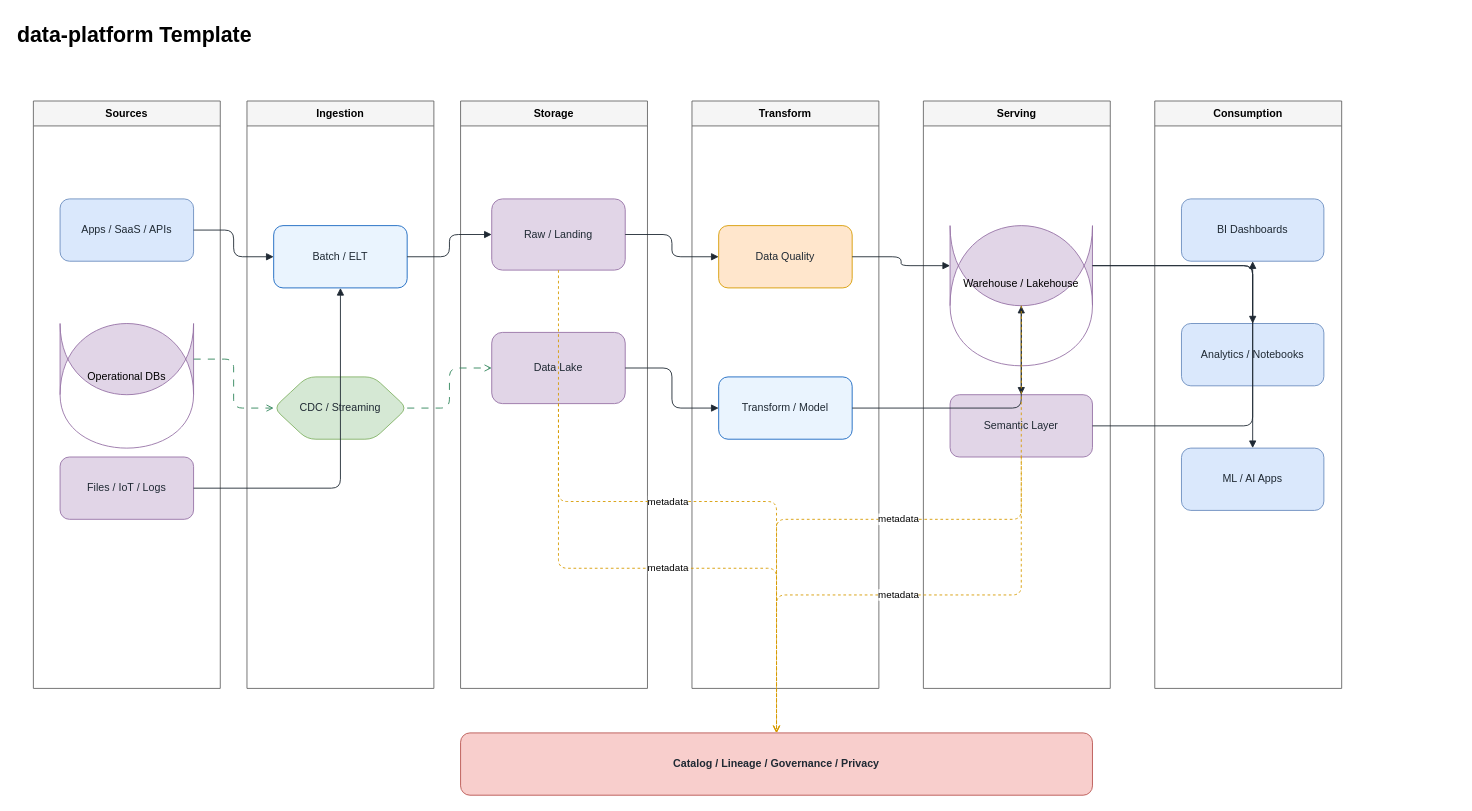
Earlier version of the draw.io diagram examples/software-infra-analytics/data-platform.drawio (fjgonzalezmgt/drawingskills). Source tidied: cells renumbered, new cells numbered last; positions are measured from the earlier drawing's top-left corner, leaving out a move shared by most shapes. Both pictures are drawn from the tidied source at 89%, with x=0, y=0 at pixel (15, 15).
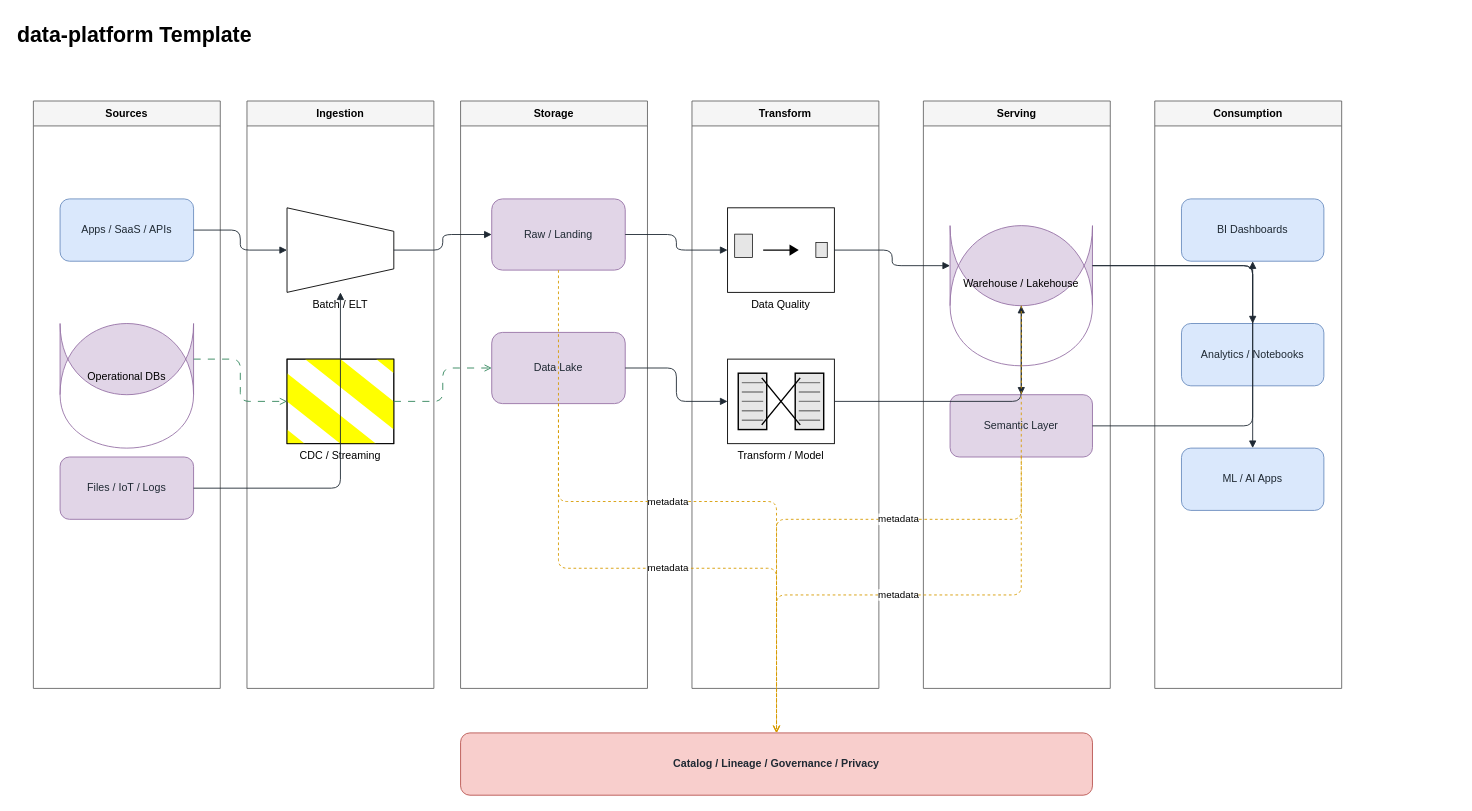
Above is the later version.

Diff of the diagram source:
```diff
@@
-    <mxCell id="12" value="Batch / ELT" style="rounded=1;whiteSpace=wrap;html=1;fillColor=#EAF4FE;strokeColor=#1565C0;fontColor=#1F2933;" parent="1" vertex="1">
-      <mxGeometry x="290" y="236" width="150" height="70" as="geometry" />
+    <mxCell id="12" value="Batch / ELT" style="shape=mxgraph.eip.channel_adapter;whiteSpace=wrap;html=1;verticalLabelPosition=bottom;verticalAlign=top;align=center;" parent="1" vertex="1">
+      <mxGeometry x="305" y="216" width="120" height="95" as="geometry" />
     </mxCell>
-    <mxCell id="13" value="CDC / Streaming" style="rounded=1;whiteSpace=wrap;html=1;fillColor=#D5E8D4;strokeColor=#82B366;fontColor=#1F2933;shape=hexagon;perimeter=hexagonPerimeter2;" parent="1" vertex="1">
-      <mxGeometry x="290" y="406" width="150" height="70" as="geometry" />
+    <mxCell id="13" value="CDC / Streaming" style="shape=mxgraph.eip.message_1;whiteSpace=wrap;html=1;verticalLabelPosition=bottom;verticalAlign=top;align=center;" parent="1" vertex="1">
+      <mxGeometry x="305" y="386" width="120" height="95" as="geometry" />
     </mxCell>
@@
-    <mxCell id="16" value="Data Quality" style="rounded=1;whiteSpace=wrap;html=1;fillColor=#FFE6CC;strokeColor=#D79B00;fontColor=#1F2933;" parent="1" vertex="1">
-      <mxGeometry x="790" y="236" width="150" height="70" as="geometry" />
+    <mxCell id="16" value="Data Quality" style="shape=mxgraph.eip.content_filter;whiteSpace=wrap;html=1;verticalLabelPosition=bottom;verticalAlign=top;align=center;" parent="1" vertex="1">
+      <mxGeometry x="800" y="216" width="120" height="95" as="geometry" />
     </mxCell>
-    <mxCell id="17" value="Transform / Model" style="rounded=1;whiteSpace=wrap;html=1;fillColor=#EAF4FE;strokeColor=#1565C0;fontColor=#1F2933;" parent="1" vertex="1">
-      <mxGeometry x="790" y="406" width="150" height="70" as="geometry" />
+    <mxCell id="17" value="Transform / Model" style="shape=mxgraph.eip.message_translator;whiteSpace=wrap;html=1;verticalLabelPosition=bottom;verticalAlign=top;align=center;" parent="1" vertex="1">
+      <mxGeometry x="800" y="386" width="120" height="95" as="geometry" />
     </mxCell>
```
